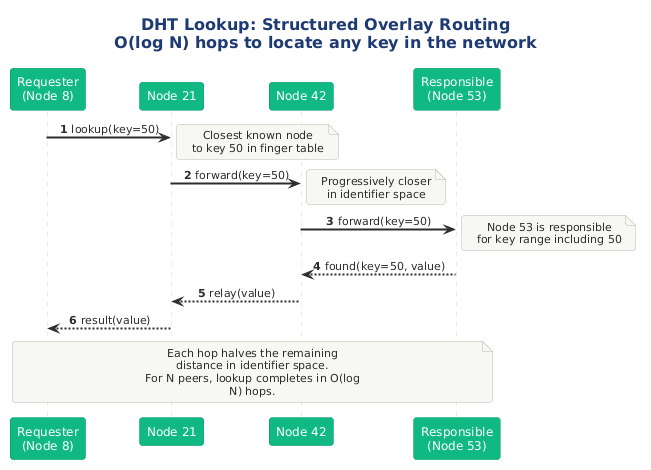
This is src/architecture/views-and-beyond/style-catalogs/component-and-connector/peer-to-peer-style/png/05-dht-lookup.png from Notoriousjayy/latex-docs, a PlantUML export, as it was before one commit.
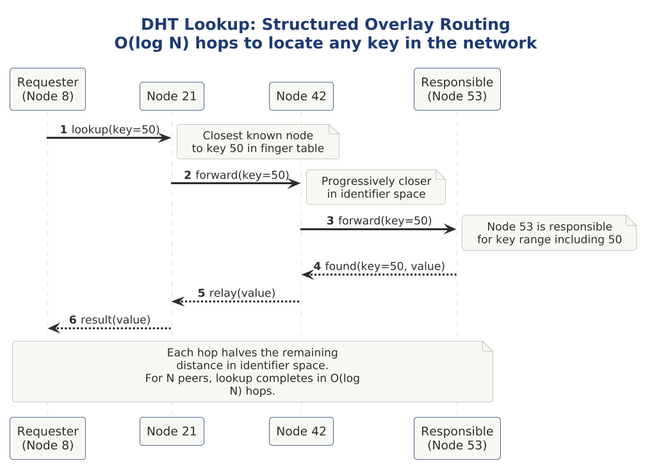
The same file after the commit.

Change to the diagram source:
```diff
@@ -1,16 +1,16 @@
 @startuml 05-dht-lookup
 
+skinparam dpi 150
+
+
+
+
 !include ../../../../../../tooling/styles/plantuml/interaction/sequence-diagram-style.iuml
+SEQ_AUTONUMBER()
 
 skinparam sequenceArrowThickness 2
 
 title <b>DHT Lookup: Structured Overlay Routing</b>\nO(log N) hops to locate any key in the network
-
-skinparam participant {
-  BackgroundColor #10B981
-  FontColor #FFFFFF
-  BorderColor #059669
-}
 
 participant "Requester\n(Node 8)" as req
 participant "Node 21" as n21
```
